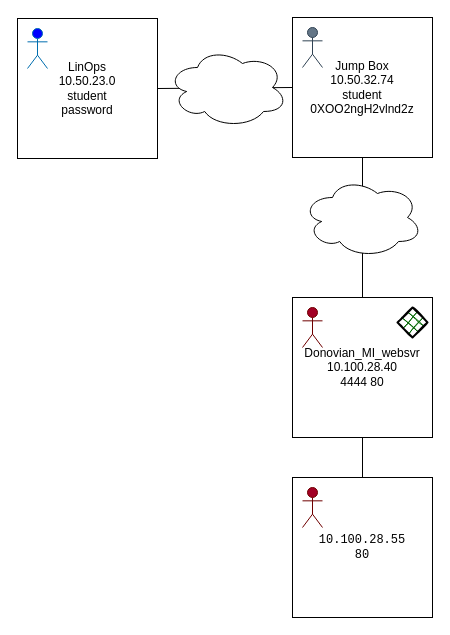
The draw.io diagram page "Page-2" (2 of 5) of Security/Vacca/Security Map.drawio in TheWaltuh/COSC-Notes, before the edit. Source tidied: cells renumbered, new cells numbered last; positions are measured from the earlier drawing's top-left corner, leaving out a move shared by most shapes. Both pictures are drawn from the tidied source at 100%, with x=0, y=0 at pixel (17, 17).
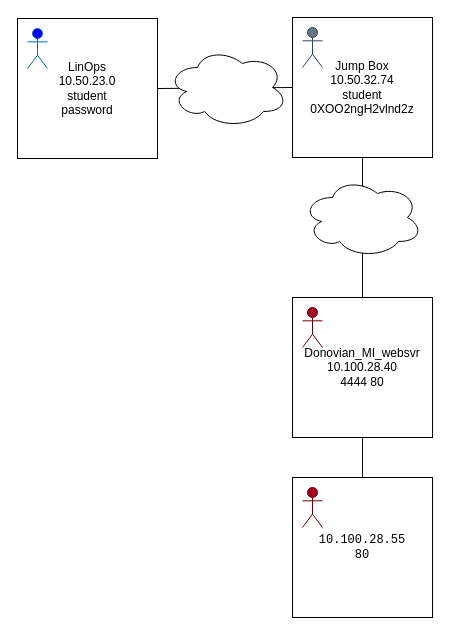
After the change.

Change to the diagram source:
```diff
@@
 <mxGraphModel>
   <root>
     <mxCell id="0" />
     <mxCell id="1" parent="0" />
     <mxCell id="2" style="group;" parent="1" vertex="1">
       <mxGeometry y="1" width="140" height="140" as="geometry" />
     </mxCell>
     <mxCell id="3" value="&lt;div&gt;LinOps&lt;/div&gt;&lt;div&gt;10.50.23.0&lt;br&gt;&lt;/div&gt;&lt;div&gt;student&lt;/div&gt;&lt;div&gt;password&lt;br&gt;&lt;/div&gt;" style="whiteSpace=wrap;html=1;" parent="2" vertex="1">
       <mxGeometry width="140" height="140" as="geometry" />
     </mxCell>
     <mxCell id="4" style="shape=umlActor;verticalLabelPosition=bottom;verticalAlign=top;html=1;fillColor=#0000FF;fontColor=#ffffff;strokeColor=#006EAF;" parent="2" vertex="1">
       <mxGeometry x="10" y="10" width="20" height="40" as="geometry" />
     </mxCell>
     <mxCell id="5" style="group;" parent="1" vertex="1">
       <mxGeometry x="275" width="140" height="140" as="geometry" />
     </mxCell>
     <mxCell id="6" value="&lt;div&gt;Jump Box&lt;br&gt;&lt;/div&gt;&lt;div&gt;10.50.32.74&lt;br&gt;&lt;/div&gt;&lt;div&gt;student&lt;/div&gt;&lt;div&gt;0XOO2ngH2vlnd2z&lt;br&gt;&lt;/div&gt;" style="whiteSpace=wrap;html=1;" parent="5" vertex="1">
       <mxGeometry width="140" height="140" as="geometry" />
     </mxCell>
     <mxCell id="7" style="shape=umlActor;verticalLabelPosition=bottom;verticalAlign=top;html=1;fillColor=#647687;fontColor=#ffffff;strokeColor=#314354;" parent="5" vertex="1">
       <mxGeometry x="10" y="10" width="20" height="40" as="geometry" />
     </mxCell>
     <mxCell id="8" style="endArrow=none;html=1;rounded=0;entryX=0;entryY=0.5;entryDx=0;entryDy=0;exitX=1;exitY=0.5;exitDx=0;exitDy=0;" parent="1" edge="1" source="3" target="6">
       <mxGeometry relative="1" as="geometry" />
     </mxCell>
     <mxCell id="9" style="ellipse;shape=cloud;whiteSpace=wrap;html=1;" parent="1" vertex="1">
       <mxGeometry x="150" y="30" width="120" height="80" as="geometry" />
     </mxCell>
     <mxCell id="10" style="endArrow=none;html=1;rounded=0;entryX=0.5;entryY=1;entryDx=0;entryDy=0;" parent="1" edge="1" target="6">
       <mxGeometry relative="1" as="geometry">
         <mxPoint x="345" y="280" as="sourcePoint" />
       </mxGeometry>
     </mxCell>
     <mxCell id="11" style="ellipse;shape=cloud;whiteSpace=wrap;html=1;" parent="1" vertex="1">
       <mxGeometry x="285" y="160" width="120" height="80" as="geometry" />
     </mxCell>
     <mxCell id="12" value="Donovian_MI_websvr&lt;br&gt;&lt;div&gt;10.100.28.40&lt;/div&gt;&lt;div&gt;4444 80&lt;br&gt;&lt;/div&gt;" style="whiteSpace=wrap;html=1;" parent="1" vertex="1">
       <mxGeometry x="275" y="280" width="140" height="140" as="geometry" />
     </mxCell>
     <mxCell id="13" style="shape=umlActor;verticalLabelPosition=bottom;verticalAlign=top;html=1;fillColor=#a20025;fontColor=#ffffff;strokeColor=#6F0000;" parent="1" vertex="1">
       <mxGeometry x="285" y="290" width="20" height="40" as="geometry" />
     </mxCell>
-    <mxCell id="14" style="rhombus;whiteSpace=wrap;html=1;strokeWidth=2;fillWeight=-1;hachureGap=8;fillStyle=cross-hatch;fillColor=#006600;sketch=1;" parent="1" vertex="1">
-      <mxGeometry x="380" y="290" width="30" height="30" as="geometry" />
-    </mxCell>
     <mxCell id="15" value="&lt;pre&gt;10.100.28.55&lt;br&gt;80&lt;/pre&gt;" style="whiteSpace=wrap;html=1;" parent="1" vertex="1">
       <mxGeometry x="275" y="460" width="140" height="140" as="geometry" />
     </mxCell>
     <mxCell id="16" style="shape=umlActor;verticalLabelPosition=bottom;verticalAlign=top;html=1;fillColor=#a20025;fontColor=#ffffff;strokeColor=#6F0000;" parent="1" vertex="1">
       <mxGeometry x="285" y="470" width="20" height="40" as="geometry" />
     </mxCell>
     <mxCell id="17" style="endArrow=none;html=1;rounded=0;entryX=0.5;entryY=1;entryDx=0;entryDy=0;exitX=0.5;exitY=0;exitDx=0;exitDy=0;" parent="1" edge="1" source="15" target="12">
       <mxGeometry relative="1" as="geometry" />
     </mxCell>
   </root>
 </mxGraphModel>
```
